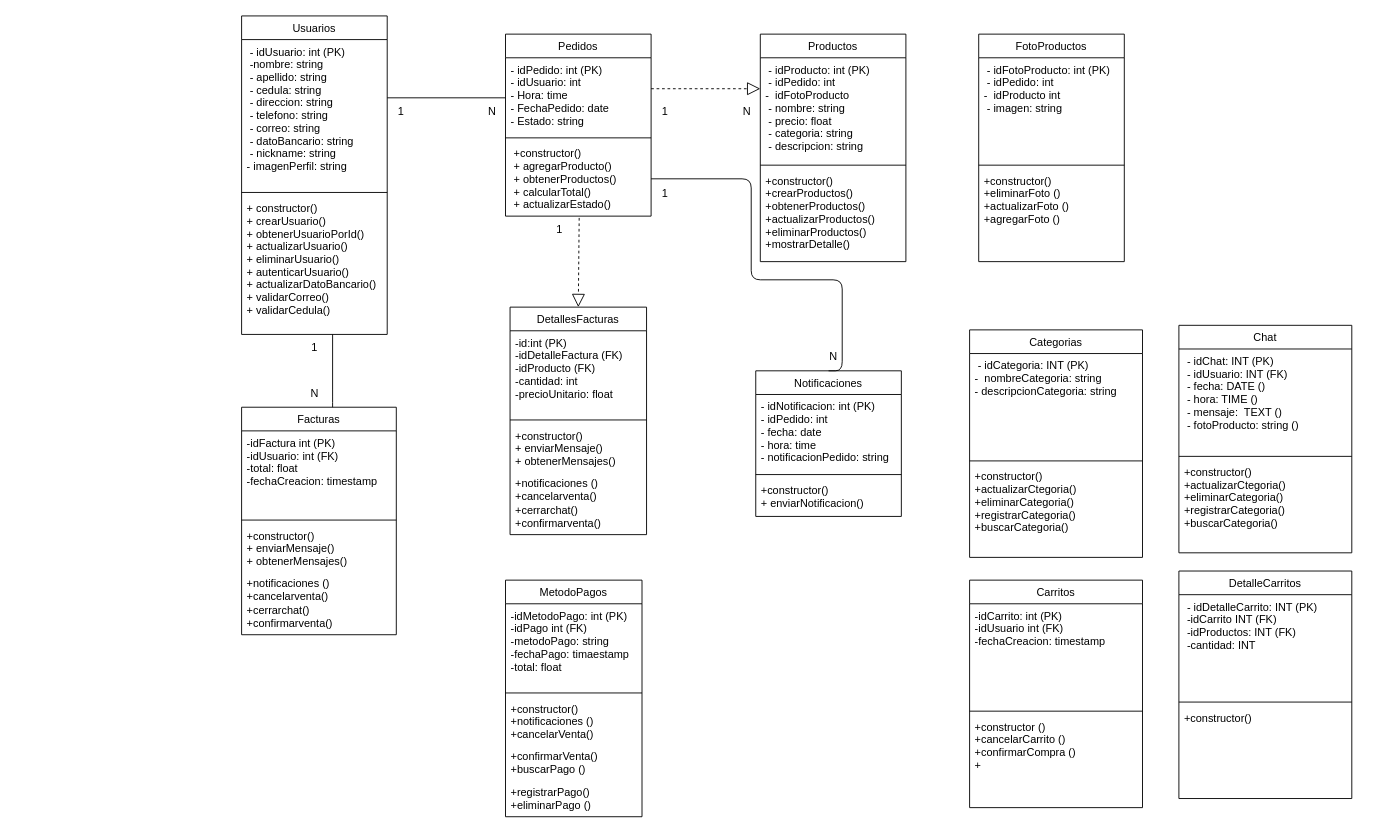
Before: DiagramaClasesKamiapp copy.drawio in DarkJ-18/DiagramaClasesKamiapp, a draw.io diagram. Source tidied: cells renumbered, new cells numbered last; positions are measured from the earlier drawing's top-left corner, leaving out a move shared by most shapes. Both pictures are drawn from the tidied source at 91%, with x=0, y=0 at pixel (241, 15).
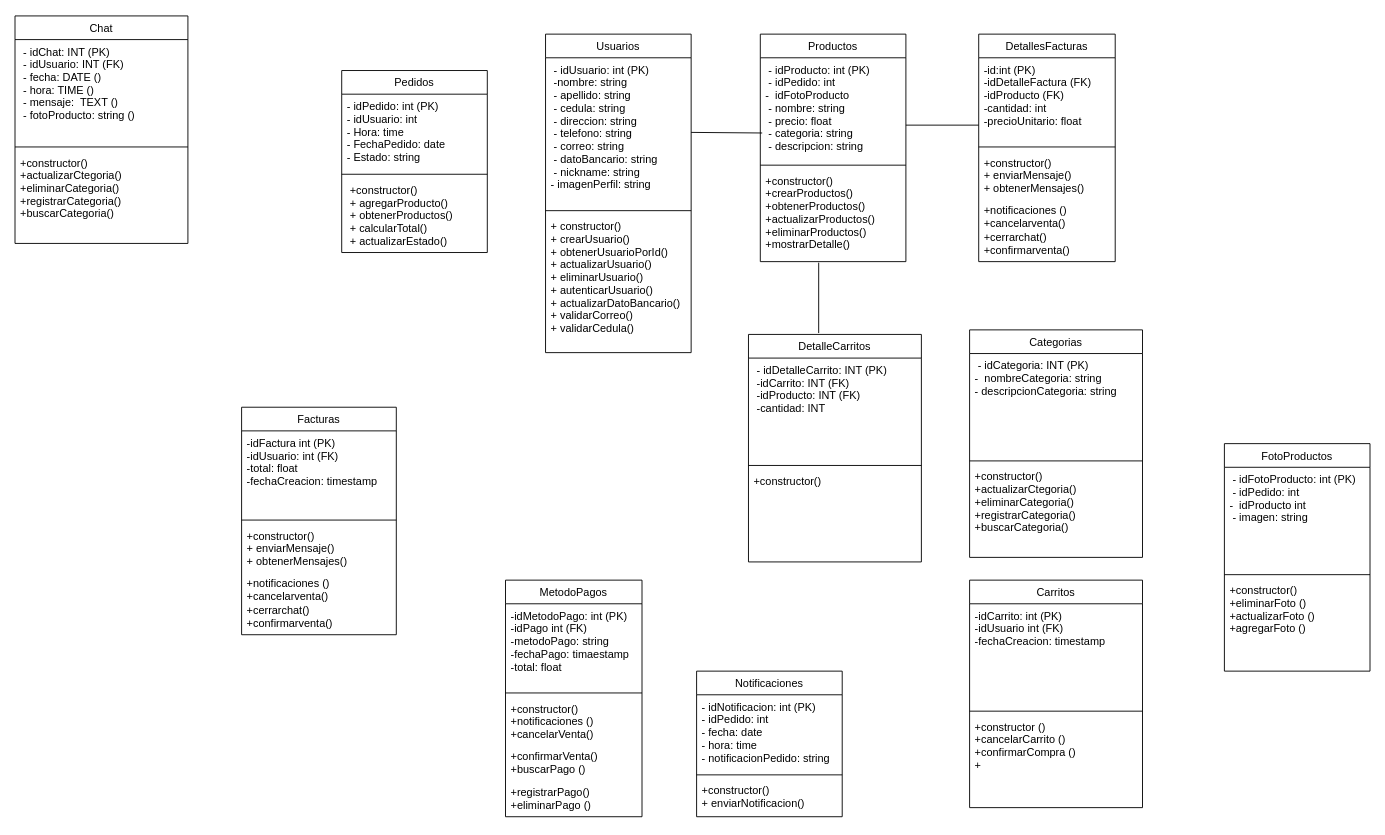
After the change.

Commit message:
se suben cambios

The change refers to these unchanged cells:
```xml
<mxCell id="3" value=" - idUsuario: int (PK)&#10; -nombre: string&#10; - apellido: string&#10; - cedula: string&#10; - direccion: string&#10; - telefono: string&#10; - correo: string&#10; - datoBancario: string&#10; - nickname: string&#10;- imagenPerfil: string" style="text;align=left;verticalAlign=top;spacingLeft=4;spacingRight=4;overflow=hidden;points=[[0,0.5],[1,0.5]];portConstraint=eastwest;fontSize=12;" parent="2" vertex="1">
  <mxGeometry y="26" width="160" height="164" as="geometry" />
</mxCell>
<mxCell id="15" value=" +constructor()&#10; + agregarProducto()&#10; + obtenerProductos()&#10; + calcularTotal()&#10; + actualizarEstado()" style="text;align=left;verticalAlign=top;spacingLeft=4;spacingRight=4;overflow=hidden;points=[[0,0.5],[1,0.5]];portConstraint=eastwest;fontSize=12;" parent="12" vertex="1">
  <mxGeometry y="118" width="160" height="82" as="geometry" />
</mxCell>
<mxCell id="17" value=" - idProducto: int (PK)&#10; - idPedido: int&#10;-  idFotoProducto&#10; - nombre: string&#10; - precio: float&#10; - categoria: string&#10; - descripcion: string&#10; " style="text;align=left;verticalAlign=top;spacingLeft=4;spacingRight=4;overflow=hidden;points=[[0,0.5],[1,0.5]];portConstraint=eastwest;fontSize=12;" parent="16" vertex="1">
  <mxGeometry y="26" width="160" height="114" as="geometry" />
</mxCell>
<mxCell id="19" value="+constructor()&#10;+crearProductos()&#10;+obtenerProductos()&#10;+actualizarProductos()&#10;+eliminarProductos()&#10;+mostrarDetalle() " style="text;align=left;verticalAlign=top;spacingLeft=4;spacingRight=4;overflow=hidden;points=[[0,0.5],[1,0.5]];portConstraint=eastwest;fontSize=12;" parent="16" vertex="1">
  <mxGeometry y="148" width="160" height="102" as="geometry" />
</mxCell>
```

Change to the diagram source:
```diff
@@
     <mxCell id="2" value="Usuarios" style="swimlane;fontStyle=0;align=center;verticalAlign=top;horizontal=1;startSize=26;rounded=0;shadow=0;strokeWidth=1;fontSize=12;" parent="1" vertex="1">
-      <mxGeometry width="160" height="350" as="geometry" />
+      <mxGeometry x="334" y="20" width="160" height="350" as="geometry" />
     </mxCell>
@@
     <mxCell id="12" value="Pedidos" style="swimlane;fontStyle=0;align=center;verticalAlign=top;horizontal=1;startSize=26;rounded=0;shadow=0;strokeWidth=1;fontSize=12;" parent="1" vertex="1">
-      <mxGeometry x="290" y="20" width="160" height="200" as="geometry" />
+      <mxGeometry x="110" y="60" width="160" height="200" as="geometry" />
     </mxCell>
@@
     <mxCell id="20" value="Notificaciones" style="swimlane;fontStyle=0;align=center;verticalAlign=top;horizontal=1;startSize=26;rounded=0;shadow=0;strokeWidth=1;fontSize=12;" parent="1" vertex="1">
-      <mxGeometry x="565" y="390" width="160" height="160" as="geometry" />
+      <mxGeometry x="500" y="720" width="160" height="160" as="geometry" />
     </mxCell>
@@
-    <mxCell id="24" value="1" style="text;html=1;align=center;verticalAlign=middle;strokeColor=none;fillColor=none;" parent="1" vertex="1">
-      <mxGeometry x="160" y="90" width="30" height="30" as="geometry" />
-    </mxCell>
-    <mxCell id="25" value="N" style="text;html=1;align=center;verticalAlign=middle;strokeColor=none;fillColor=none;" parent="1" vertex="1">
-      <mxGeometry x="260" y="90" width="30" height="30" as="geometry" />
-    </mxCell>
-    <mxCell id="26" style="endArrow=none;html=1;edgeStyle=orthogonalEdgeStyle;" parent="1" edge="1">
-      <mxGeometry relative="1" as="geometry">
-        <mxPoint x="160" y="90" as="sourcePoint" />
-        <mxPoint x="290" y="90" as="targetPoint" />
-      </mxGeometry>
-    </mxCell>
-    <mxCell id="27" value="1" style="text;html=1;align=center;verticalAlign=middle;strokeColor=none;fillColor=none;" parent="1" vertex="1">
-      <mxGeometry x="450" y="90" width="30" height="30" as="geometry" />
-    </mxCell>
-    <mxCell id="28" value="N" style="text;html=1;align=center;verticalAlign=middle;strokeColor=none;fillColor=none;" parent="1" vertex="1">
-      <mxGeometry x="540" y="90" width="30" height="30" as="geometry" />
-    </mxCell>
-    <mxCell id="29" style="endArrow=block;dashed=1;endFill=0;endSize=12;html=1;" parent="1" edge="1">
-      <mxGeometry relative="1" as="geometry">
-        <mxPoint x="450" y="80" as="sourcePoint" />
-        <mxPoint x="570" y="80" as="targetPoint" />
-      </mxGeometry>
-    </mxCell>
-    <mxCell id="30" value="1" style="text;html=1;align=center;verticalAlign=middle;strokeColor=none;fillColor=none;" parent="1" vertex="1">
-      <mxGeometry x="334" y="220" width="30" height="30" as="geometry" />
-    </mxCell>
-    <mxCell id="31" value="1" style="text;html=1;align=center;verticalAlign=middle;strokeColor=none;fillColor=none;" parent="1" vertex="1">
-      <mxGeometry x="450" y="180" width="30" height="30" as="geometry" />
-    </mxCell>
-    <mxCell id="32" value="N" style="text;html=1;align=center;verticalAlign=middle;strokeColor=none;fillColor=none;" parent="1" vertex="1">
-      <mxGeometry x="635" y="360" width="30" height="30" as="geometry" />
-    </mxCell>
-    <mxCell id="33" style="endArrow=block;dashed=1;endFill=0;endSize=12;html=1;exitX=0.506;exitY=1.024;exitDx=0;exitDy=0;exitPerimeter=0;entryX=0.5;entryY=0;entryDx=0;entryDy=0;" parent="1" edge="1" source="15">
-      <mxGeometry relative="1" as="geometry">
-        <mxPoint x="370" y="320" as="targetPoint" />
-      </mxGeometry>
-    </mxCell>
-    <mxCell id="34" style="endArrow=none;html=1;edgeStyle=orthogonalEdgeStyle;exitX=1;exitY=0.5;exitDx=0;exitDy=0;entryX=0.5;entryY=0;entryDx=0;entryDy=0;" parent="1" edge="1" source="15" target="20">
-      <mxGeometry relative="1" as="geometry">
-        <Array as="points">
-          <mxPoint x="560" y="179" />
-          <mxPoint x="560" y="290" />
-          <mxPoint x="660" y="290" />
-          <mxPoint x="660" y="390" />
-        </Array>
-      </mxGeometry>
-    </mxCell>
-    <mxCell id="35" value="1" style="text;html=1;align=center;verticalAlign=middle;strokeColor=none;fillColor=none;" parent="1" vertex="1">
-      <mxGeometry x="65" y="350" width="30" height="30" as="geometry" />
-    </mxCell>
-    <mxCell id="36" value="N" style="text;html=1;align=center;verticalAlign=middle;strokeColor=none;fillColor=none;" parent="1" vertex="1">
-      <mxGeometry x="65" y="400" width="30" height="30" as="geometry" />
-    </mxCell>
-    <mxCell id="37" style="endArrow=none;html=1;edgeStyle=orthogonalEdgeStyle;" parent="1" edge="1">
-      <mxGeometry relative="1" as="geometry">
-        <mxPoint x="100" y="350" as="sourcePoint" />
-        <mxPoint x="100" y="430" as="targetPoint" />
-        <Array as="points">
-          <mxPoint x="100" y="420" />
-        </Array>
-      </mxGeometry>
-    </mxCell>
     <mxCell id="38" value="DetallesFacturas" style="swimlane;fontStyle=0;align=center;verticalAlign=top;horizontal=1;startSize=26;rounded=0;shadow=0;strokeWidth=1;fontSize=12;" parent="1" vertex="1">
-      <mxGeometry x="295" y="320" width="150" height="250" as="geometry" />
+      <mxGeometry x="810" y="20" width="150" height="250" as="geometry" />
     </mxCell>
@@
     <mxCell id="50" value="FotoProductos" style="swimlane;fontStyle=0;align=center;verticalAlign=top;horizontal=1;startSize=26;rounded=0;shadow=0;strokeWidth=1;fontSize=12;" parent="1" vertex="1">
-      <mxGeometry x="810" y="20" width="160" height="250" as="geometry" />
+      <mxGeometry x="1080" y="470" width="160" height="250" as="geometry" />
     </mxCell>
@@
     <mxCell id="62" value="DetalleCarritos" style="swimlane;fontStyle=0;align=center;verticalAlign=top;horizontal=1;startSize=26;rounded=0;shadow=0;strokeWidth=1;fontSize=12;" parent="1" vertex="1">
-      <mxGeometry x="1030" y="610" width="190" height="250" as="geometry" />
+      <mxGeometry x="557" y="350" width="190" height="250" as="geometry" />
     </mxCell>
-    <mxCell id="63" value=" - idDetalleCarrito: INT (PK)&#10; -idCarrito INT (FK)&#10; -idProductos: INT (FK)&#10; -cantidad: INT" style="text;align=left;verticalAlign=top;spacingLeft=4;spacingRight=4;overflow=hidden;fontSize=12;" parent="62" vertex="1">
+    <mxCell id="63" value=" - idDetalleCarrito: INT (PK)&#10; -idCarrito: INT (FK)&#10; -idProducto: INT (FK)&#10; -cantidad: INT" style="text;align=left;verticalAlign=top;spacingLeft=4;spacingRight=4;overflow=hidden;fontSize=12;" parent="62" vertex="1">
       <mxGeometry y="26" width="190" height="114" as="geometry" />
     </mxCell>
@@
     <mxCell id="66" value="Chat" style="swimlane;fontStyle=0;align=center;verticalAlign=top;horizontal=1;startSize=26;rounded=0;shadow=0;strokeWidth=1;fontSize=12;" parent="1" vertex="1">
-      <mxGeometry x="1030" y="340" width="190" height="250" as="geometry" />
+      <mxGeometry x="-249" width="190" height="250" as="geometry" />
     </mxCell>
@@
+    <mxCell id="70" style="line;strokeWidth=1;dashed=0;labelPosition=right;align=left;verticalAlign=middle;spacingTop=0;spacingLeft=6;" parent="1" vertex="1">
+      <mxGeometry x="730" y="115" width="80" height="10" as="geometry" />
+    </mxCell>
+    <mxCell id="71" style="endArrow=none;html=1;rounded=0;exitX=0.401;exitY=1.011;exitDx=0;exitDy=0;exitPerimeter=0;entryX=0.406;entryY=-0.006;entryDx=0;entryDy=0;entryPerimeter=0;" parent="1" edge="1" source="19" target="62">
+      <mxGeometry relative="1" as="geometry" />
+    </mxCell>
+    <mxCell id="72" style="endArrow=none;html=1;rounded=0;exitX=1;exitY=0.5;exitDx=0;exitDy=0;entryX=0.013;entryY=0.725;entryDx=0;entryDy=0;entryPerimeter=0;" parent="1" edge="1" source="3" target="17">
+      <mxGeometry relative="1" as="geometry" />
+    </mxCell>
```
